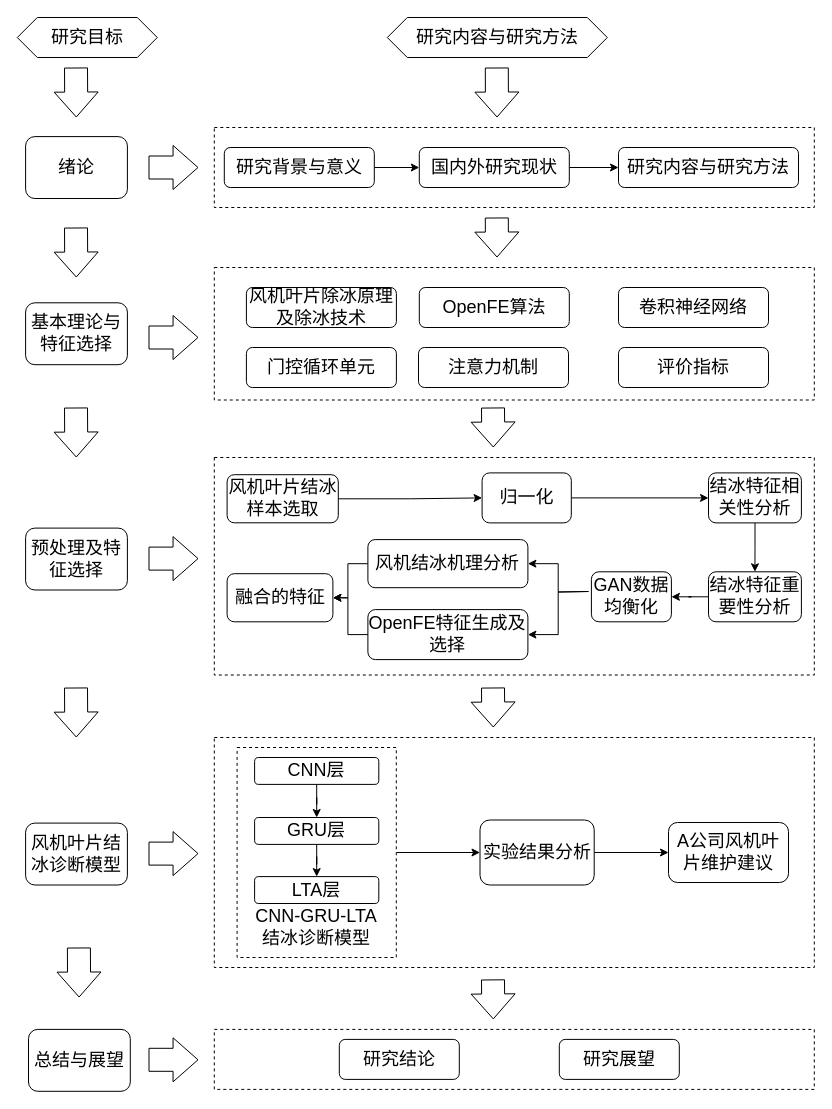
The draw.io diagram 毕设技术路线图 20250428 的副本.drawio in Abccccd/-2, before the edit. Source tidied: cells renumbered, new cells numbered last; positions are measured from the earlier drawing's top-left corner, leaving out a move shared by most shapes. Both pictures are drawn from the tidied source at 100%, with x=0, y=0 at pixel (17, 17).
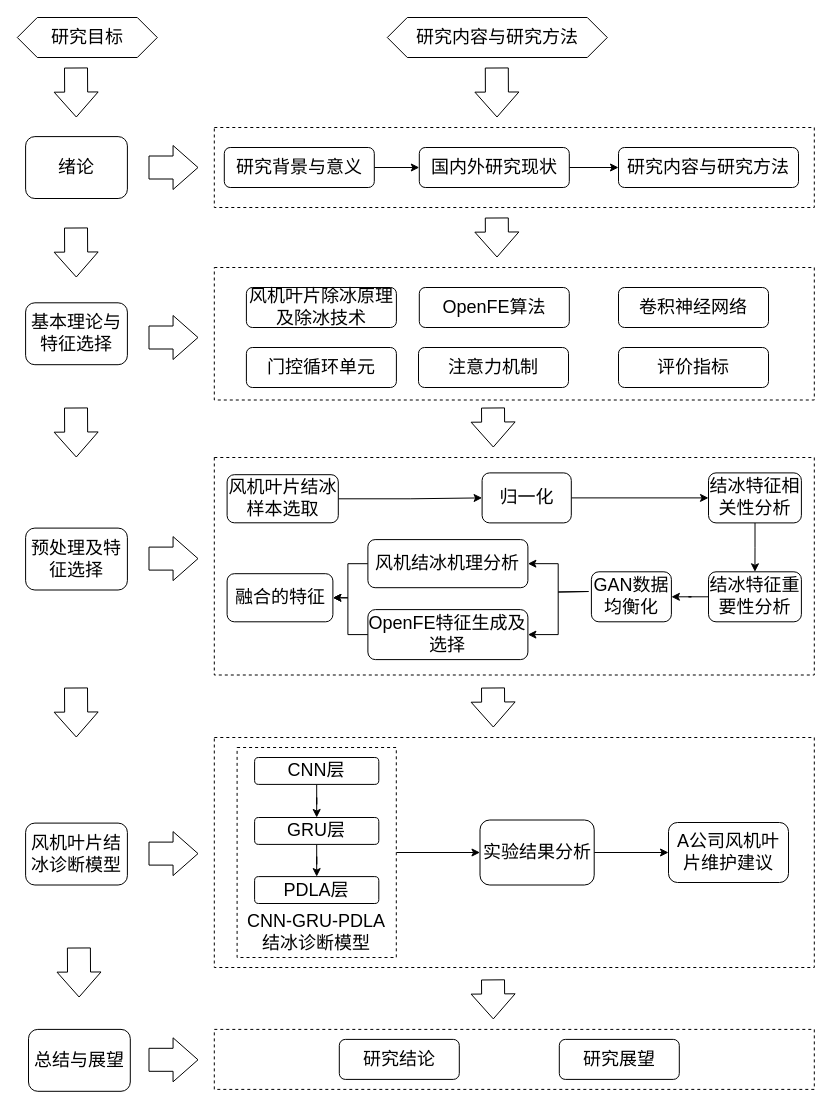
The same diagram, later.

Commit message:
更新毕设技术路线图 20250428 的副本.drawio

The edit, as a diff of the source:
```diff
@@
-    <mxCell id="31" value="&lt;span style=&quot;font-size: 18px;&quot;&gt;CNN-GRU-LTA结冰诊断模型&lt;/span&gt;" style="rounded=1;whiteSpace=wrap;html=1;opacity=0;" parent="1" vertex="1">
-      <mxGeometry x="233.1" y="890" width="132.2" height="40" as="geometry" />
+    <mxCell id="31" value="&lt;span style=&quot;font-size: 18px;&quot;&gt;CNN-GRU-PDLA结冰诊断模型&lt;/span&gt;" style="rounded=1;whiteSpace=wrap;html=1;opacity=0;" parent="1" vertex="1">
+      <mxGeometry x="225.3" y="895" width="147.8" height="40" as="geometry" />
     </mxCell>
@@
-    <mxCell id="55" value="&lt;span style=&quot;font-size: 18px;&quot;&gt;LTA层&lt;/span&gt;" style="rounded=1;whiteSpace=wrap;html=1;" parent="1" vertex="1">
+    <mxCell id="55" value="&lt;span style=&quot;font-size: 18px;&quot;&gt;PDLA层&lt;/span&gt;" style="rounded=1;whiteSpace=wrap;html=1;" parent="1" vertex="1">
       <mxGeometry x="237.1" y="859.1" width="124.2" height="26.9" as="geometry" />
     </mxCell>
```
